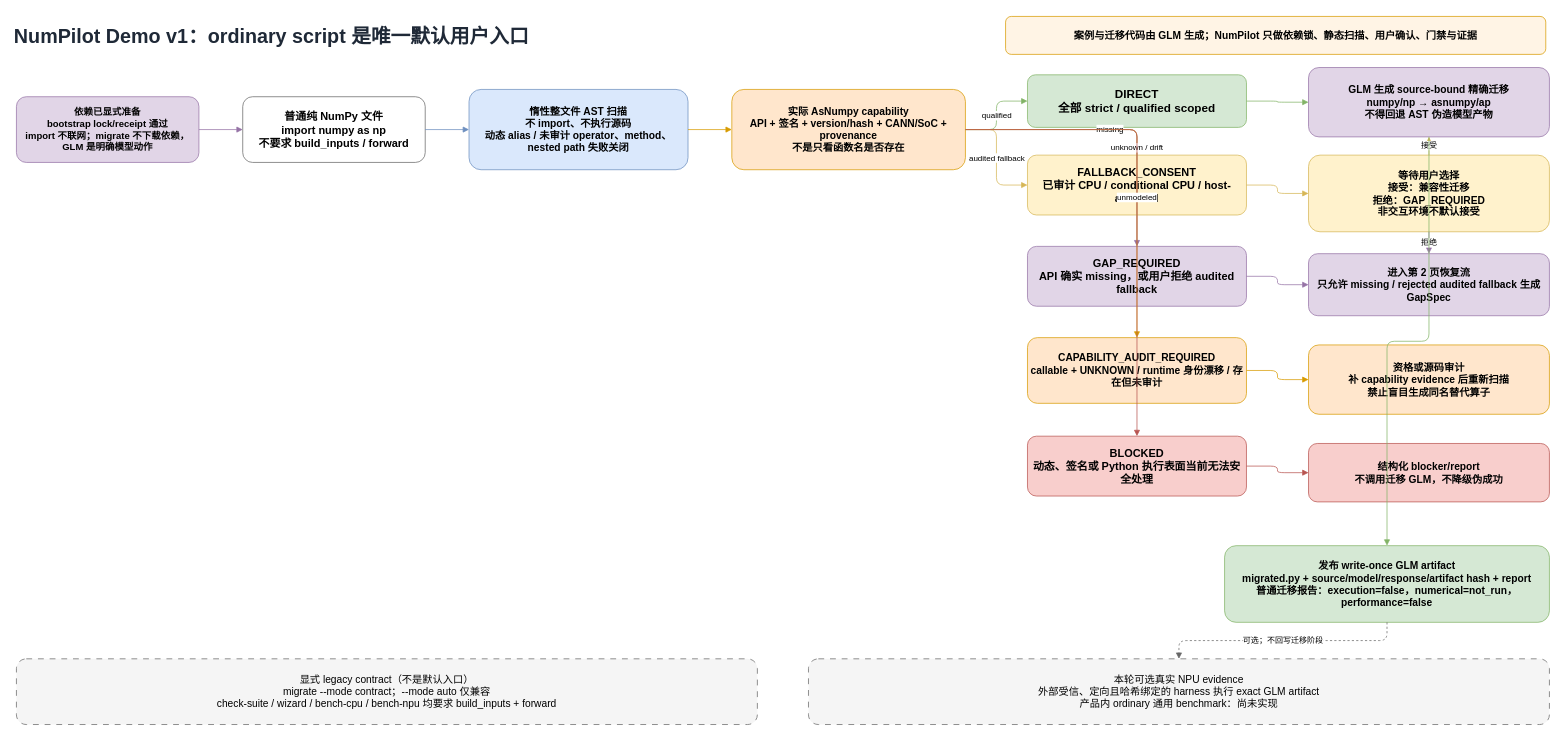
Before: page "01-ordinary用户主流程" (1 of 3) of docs/numpilot-architecture.drawio in DEGger21/numpilot, a draw.io diagram. Source tidied: cells renumbered, new cells numbered last; positions are measured from the earlier drawing's top-left corner, leaving out a move shared by most shapes. Both pictures are drawn from the tidied source at 73%, with x=0, y=0 at pixel (12, 16).
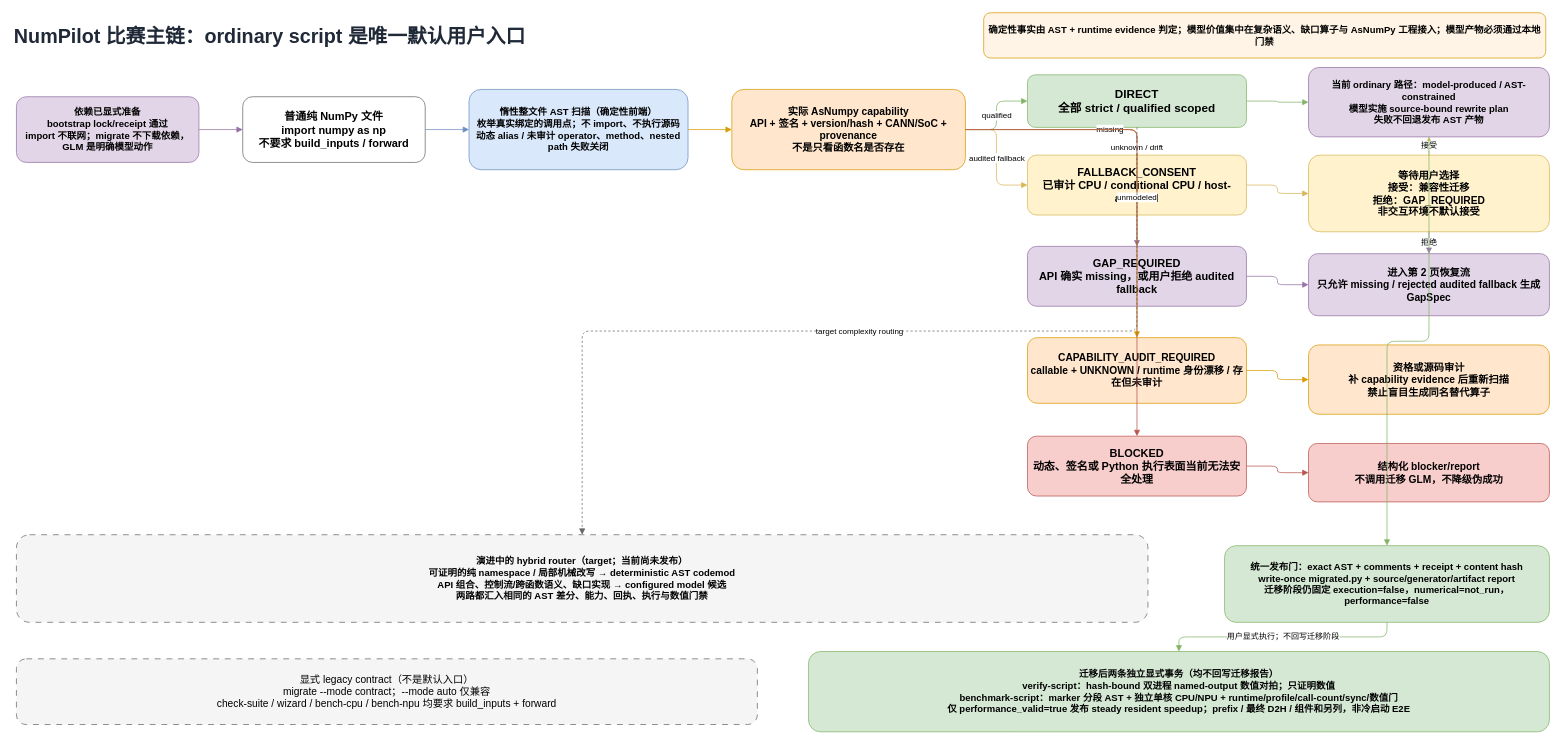
The same page after the edit.

The change refers to these unchanged cells:
```xml
<mxCell id="8" value="DIRECT&#10;全部 strict / qualified scoped" style="rounded=1;whiteSpace=wrap;html=1;fillColor=#D5E8D4;strokeColor=#82B366;fontStyle=1;fontSize=16;" parent="1" vertex="1">
  <mxGeometry x="1390" y="80" width="300" height="72" as="geometry" />
</mxCell>
```

Diff of the diagram source:
```diff
@@
-    <mxCell id="2" value="NumPilot Demo v1：ordinary script 是唯一默认用户入口" style="text;html=1;align=left;verticalAlign=middle;fontSize=27;fontStyle=1;fontColor=#1F2937;" parent="1" vertex="1">
+    <mxCell id="2" value="NumPilot 比赛主链：ordinary script 是唯一默认用户入口" style="text;html=1;align=left;verticalAlign=middle;fontSize=27;fontStyle=1;fontColor=#1F2937;" parent="1" vertex="1">
       <mxGeometry y="5" width="1300" height="45" as="geometry" />
     </mxCell>
-    <mxCell id="3" value="案例与迁移代码由 GLM 生成；NumPilot 只做依赖锁、静态扫描、用户确认、门禁与证据" style="rounded=1;whiteSpace=wrap;html=1;fillColor=#FFF4E5;strokeColor=#D79B00;fontStyle=1;fontSize=14;" parent="1" vertex="1">
-      <mxGeometry x="1360" width="740" height="52" as="geometry" />
+    <mxCell id="3" value="确定性事实由 AST + runtime evidence 判定；模型价值集中在复杂语义、缺口算子与 AsNumPy 工程接入；模型产物必须通过本地门禁" style="rounded=1;whiteSpace=wrap;html=1;fillColor=#FFF4E5;strokeColor=#D79B00;fontStyle=1;fontSize=13;" parent="1" vertex="1">
+      <mxGeometry x="1330" y="-5" width="770" height="62" as="geometry" />
     </mxCell>
@@
-    <mxCell id="6" value="惰性整文件 AST 扫描&#10;不 import、不执行源码&#10;动态 alias / 未审计 operator、method、nested path 失败关闭" style="rounded=1;whiteSpace=wrap;html=1;fillColor=#DAE8FC;strokeColor=#6C8EBF;fontStyle=1;fontSize=14;" parent="1" vertex="1">
+    <mxCell id="6" value="惰性整文件 AST 扫描（确定性前端）&#10;枚举真实绑定的调用点；不 import、不执行源码&#10;动态 alias / 未审计 operator、method、nested path 失败关闭" style="rounded=1;whiteSpace=wrap;html=1;fillColor=#DAE8FC;strokeColor=#6C8EBF;fontStyle=1;fontSize=13;" parent="1" vertex="1">
       <mxGeometry x="625" y="100" width="300" height="110" as="geometry" />
     </mxCell>
@@
-    <mxCell id="13" value="GLM 生成 source-bound 精确迁移&#10;numpy/np → asnumpy/ap&#10;不得回退 AST 伪造模型产物" style="rounded=1;whiteSpace=wrap;html=1;fillColor=#E1D5E7;strokeColor=#9673A6;fontStyle=1;fontSize=14;" parent="1" vertex="1">
+    <mxCell id="13" value="当前 ordinary 路径：model-produced / AST-constrained&#10;模型实施 source-bound rewrite plan&#10;失败不回退发布 AST 产物" style="rounded=1;whiteSpace=wrap;html=1;fillColor=#E1D5E7;strokeColor=#9673A6;fontStyle=1;fontSize=13;" parent="1" vertex="1">
       <mxGeometry x="1775" y="70" width="330" height="95" as="geometry" />
     </mxCell>
@@
-    <mxCell id="18" value="发布 write-once GLM artifact&#10;migrated.py + source/model/response/artifact hash + report&#10;普通迁移报告：execution=false，numerical=not_run，performance=false" style="rounded=1;whiteSpace=wrap;html=1;fillColor=#D5E8D4;strokeColor=#82B366;fontStyle=1;fontSize=14;" parent="1" vertex="1">
+    <mxCell id="18" value="统一发布门：exact AST + comments + receipt + content hash&#10;write-once migrated.py + source/generator/artifact report&#10;迁移阶段仍固定 execution=false，numerical=not_run，performance=false" style="rounded=1;whiteSpace=wrap;html=1;fillColor=#D5E8D4;strokeColor=#82B366;fontStyle=1;fontSize=13;" parent="1" vertex="1">
       <mxGeometry x="1660" y="725" width="445" height="105" as="geometry" />
     </mxCell>
+    <mxCell id="38" value="演进中的 hybrid router（target；当前尚未发布）&#10;可证明的纯 namespace / 局部机械改写 → deterministic AST codemod&#10;API 组合、控制流/跨函数语义、缺口实现 → configured model 候选&#10;两路都汇入相同的 AST 差分、能力、回执、执行与数值门禁" style="rounded=1;whiteSpace=wrap;html=1;fillColor=#F5F5F5;strokeColor=#666666;dashed=1;dashPattern=8 8;fontSize=13;fontStyle=1;" parent="1" vertex="1">
+      <mxGeometry x="5" y="710" width="1550" height="120" as="geometry" />
+    </mxCell>
-    <mxCell id="19" value="本轮可选真实 NPU evidence&#10;外部受信、定向且哈希绑定的 harness 执行 exact GLM artifact&#10;产品内 ordinary 通用 benchmark：尚未实现" style="rounded=1;whiteSpace=wrap;html=1;fillColor=#F5F5F5;strokeColor=#666666;dashed=1;dashPattern=8 8;fontSize=14;" parent="1" vertex="1">
-      <mxGeometry x="1090" y="880" width="1015" height="90" as="geometry" />
+    <mxCell id="19" value="迁移后两条独立显式事务（均不回写迁移报告）&#10;verify-script：hash-bound 双进程 named-output 数值对拍；只证明数值&#10;benchmark-script：marker 分段 AST + 独立单核 CPU/NPU + runtime/profile/call-count/sync/数值门&#10;仅 performance_valid=true 发布 steady resident speedup；prefix / 最终 D2H / 组件和另列，非冷启动 E2E" style="rounded=1;whiteSpace=wrap;html=1;fillColor=#D5E8D4;strokeColor=#82B366;fontSize=13;fontStyle=1;" parent="1" vertex="1">
+      <mxGeometry x="1090" y="870" width="1015" height="110" as="geometry" />
     </mxCell>
@@
-    <mxCell id="37" value="可选；不回写迁移阶段" style="edgeStyle=orthogonalEdgeStyle;rounded=1;html=1;dashed=1;endArrow=block;endFill=1;strokeColor=#666666;" parent="1" edge="1" source="18" target="19">
+    <mxCell id="37" value="用户显式执行；不回写迁移阶段" style="edgeStyle=orthogonalEdgeStyle;rounded=1;html=1;endArrow=block;endFill=1;strokeColor=#82B366;" parent="1" edge="1" source="18" target="19">
       <mxGeometry relative="1" as="geometry" />
     </mxCell>
+    <mxCell id="39" value="target complexity routing" style="edgeStyle=orthogonalEdgeStyle;rounded=1;html=1;dashed=1;endArrow=block;endFill=1;strokeColor=#666666;" parent="1" edge="1" source="8" target="38">
+      <mxGeometry relative="1" as="geometry" />
+    </mxCell>
```
